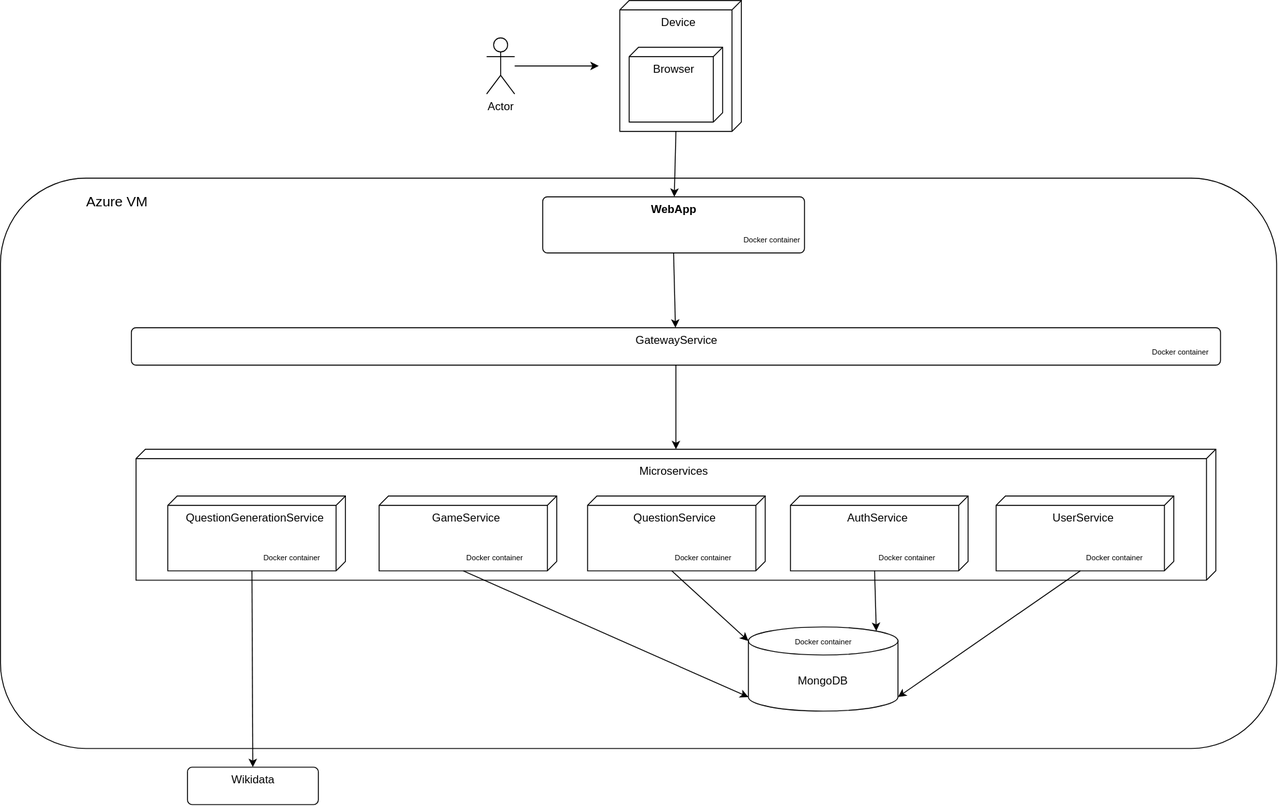
Earlier version of the draw.io export images/deployment_diagram.svg (Arquisoft/wiq_es3b). Source tidied: cells renumbered, new cells last; positions are measured from the earlier drawing's top-left corner, leaving out a move shared by most shapes.
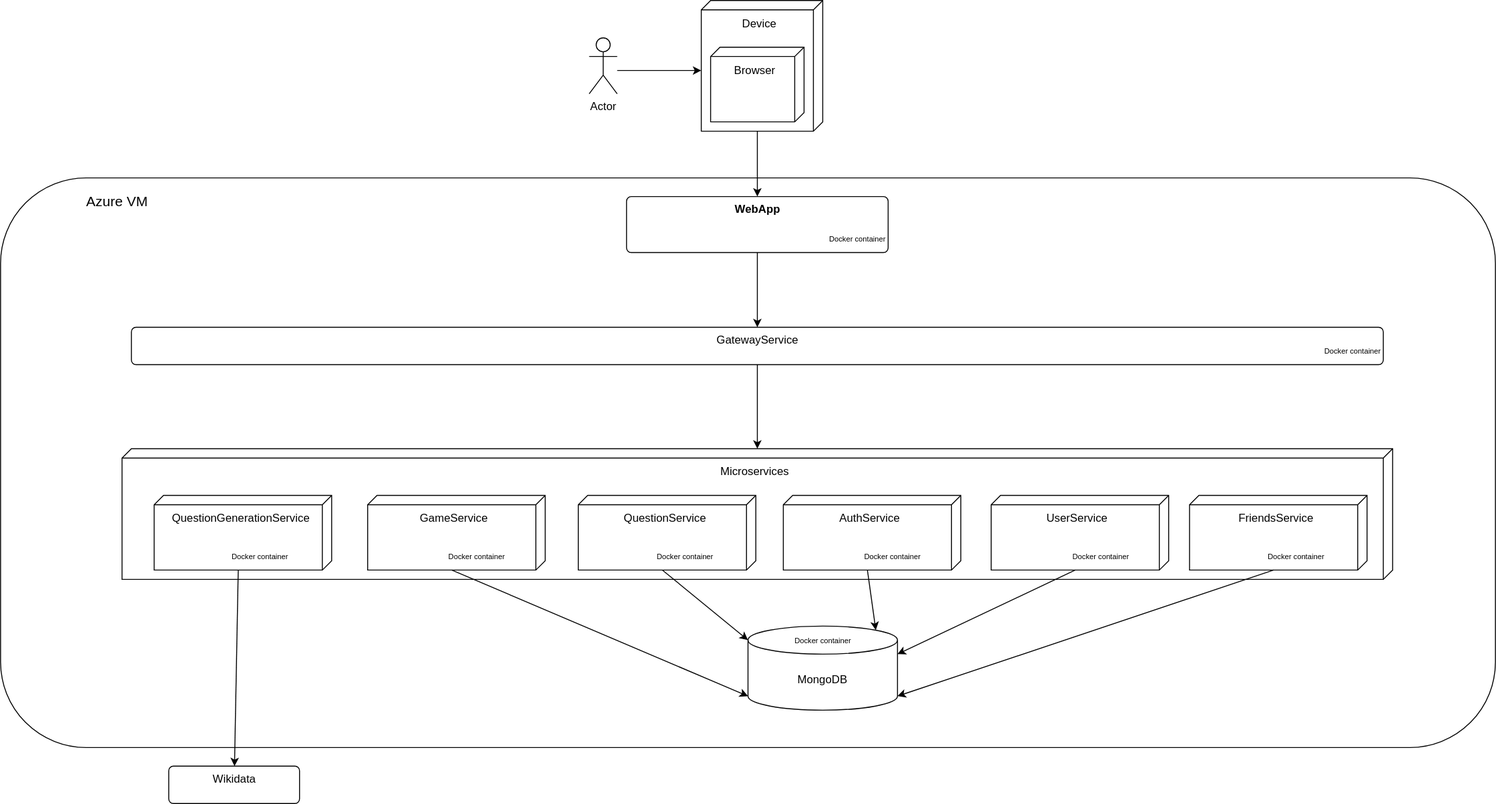
Above is the later version.

Diff of the diagram source:
```diff
@@ -3,21 +3,21 @@
     <mxCell id="0" />
     <mxCell id="1" parent="0" />
     <mxCell id="2" style="rounded=1;whiteSpace=wrap;html=1;" parent="1" vertex="1">
-      <mxGeometry y="190" width="1365" height="610" as="geometry" />
+      <mxGeometry y="190" width="1600" height="610" as="geometry" />
     </mxCell>
-    <mxCell id="3" style="edgeStyle=none;html=1;" parent="1" edge="1" source="4">
+    <mxCell id="3" style="edgeStyle=none;html=1;entryX=0;entryY=0;entryDx=75;entryDy=130;entryPerimeter=0;" parent="1" edge="1" target="6">
       <mxGeometry relative="1" as="geometry">
-        <mxPoint x="640" y="70" as="targetPoint" />
+        <mxPoint x="660" y="75" as="sourcePoint" />
       </mxGeometry>
     </mxCell>
     <mxCell id="4" value="Actor" style="shape=umlActor;verticalLabelPosition=bottom;verticalAlign=top;html=1;" parent="1" vertex="1">
-      <mxGeometry x="520" y="40" width="30" height="60" as="geometry" />
+      <mxGeometry x="630" y="40" width="30" height="60" as="geometry" />
     </mxCell>
     <mxCell id="5" style="edgeStyle=none;html=1;exitX=0;exitY=0;exitDx=140;exitDy=70;exitPerimeter=0;" parent="1" edge="1" source="6" target="9">
       <mxGeometry relative="1" as="geometry" />
     </mxCell>
     <mxCell id="6" value="Device" style="verticalAlign=top;align=center;shape=cube;size=10;direction=south;fontStyle=0;html=1;boundedLbl=1;spacingLeft=5;" parent="1" vertex="1">
-      <mxGeometry x="662.5" width="130" height="140" as="geometry" />
+      <mxGeometry x="750" width="130" height="140" as="geometry" />
     </mxCell>
     <mxCell id="7" value="Browser" style="verticalAlign=top;align=center;shape=cube;size=10;direction=south;html=1;boundedLbl=1;spacingLeft=5;" parent="6" vertex="1">
       <mxGeometry width="100" height="80" relative="1" as="geometry">
@@ -28,89 +28,106 @@
       <mxGeometry relative="1" as="geometry" />
     </mxCell>
     <mxCell id="9" value="&lt;b&gt;WebApp&lt;/b&gt;" style="html=1;align=center;verticalAlign=top;rounded=1;absoluteArcSize=1;arcSize=10;dashed=0;" parent="1" vertex="1">
-      <mxGeometry x="580" y="210" width="280" height="60" as="geometry" />
+      <mxGeometry x="670" y="210" width="280" height="60" as="geometry" />
     </mxCell>
     <mxCell id="10" style="edgeStyle=none;html=1;exitX=0.5;exitY=1;exitDx=0;exitDy=0;" parent="1" edge="1" source="11" target="12">
       <mxGeometry relative="1" as="geometry" />
     </mxCell>
     <mxCell id="11" value="GatewayService" style="html=1;align=center;verticalAlign=top;rounded=1;absoluteArcSize=1;arcSize=10;dashed=0;" parent="1" vertex="1">
-      <mxGeometry x="140" y="350" width="1165" height="40" as="geometry" />
+      <mxGeometry x="140" y="350" width="1340" height="40" as="geometry" />
     </mxCell>
     <mxCell id="12" value="Microservices" style="verticalAlign=top;align=center;shape=cube;size=10;direction=south;fontStyle=0;html=1;boundedLbl=1;spacingLeft=5;" parent="1" vertex="1">
-      <mxGeometry x="145" y="480" width="1155" height="140" as="geometry" />
+      <mxGeometry x="130" y="480" width="1360" height="140" as="geometry" />
     </mxCell>
-    <mxCell id="13" value="QuestionGenerationService" style="verticalAlign=top;align=center;shape=cube;size=10;direction=south;html=1;boundedLbl=1;spacingLeft=5;" parent="12" vertex="1">
-      <mxGeometry width="190" height="80" relative="1" as="geometry">
-        <mxPoint x="34" y="50" as="offset" />
-      </mxGeometry>
-    </mxCell>
+    <mxCell id="34" style="group;" parent="12" vertex="1">
+      <mxGeometry x="930.3" y="50" width="192.1" height="80" as="geometry" />
+    </mxCell>
+    <mxCell id="15" value="UserService" style="verticalAlign=top;align=center;shape=cube;size=10;direction=south;html=1;boundedLbl=1;spacingLeft=5;" parent="34" vertex="1">
+      <mxGeometry width="190" height="80" relative="1" as="geometry" />
+    </mxCell>
+    <mxCell id="20" value="&lt;font style=&quot;font-size: 8px;&quot;&gt;Docker container&lt;/font&gt;" style="text;html=1;strokeColor=none;fillColor=none;align=center;verticalAlign=middle;whiteSpace=wrap;rounded=0;strokeWidth=0;" parent="34" vertex="1">
+      <mxGeometry x="50.6" y="50" width="133.9" height="30" as="geometry" />
+    </mxCell>
+    <mxCell id="35" style="group;" parent="12" vertex="1">
+      <mxGeometry x="707.8" y="50" width="192.1" height="80" as="geometry" />
+    </mxCell>
-    <mxCell id="14" value="AuthService" style="verticalAlign=top;align=center;shape=cube;size=10;direction=south;html=1;boundedLbl=1;spacingLeft=5;" parent="12" vertex="1">
-      <mxGeometry width="190" height="80" relative="1" as="geometry">
-        <mxPoint x="700" y="50" as="offset" />
-      </mxGeometry>
+    <mxCell id="14" value="AuthService" style="verticalAlign=top;align=center;shape=cube;size=10;direction=south;html=1;boundedLbl=1;spacingLeft=5;" parent="35" vertex="1">
+      <mxGeometry width="190" height="80" relative="1" as="geometry" />
     </mxCell>
-    <mxCell id="15" value="UserService" style="verticalAlign=top;align=center;shape=cube;size=10;direction=south;html=1;boundedLbl=1;spacingLeft=5;" parent="12" vertex="1">
-      <mxGeometry width="190" height="80" relative="1" as="geometry">
-        <mxPoint x="920" y="50" as="offset" />
-      </mxGeometry>
-    </mxCell>
-    <mxCell id="16" style="edgeStyle=none;html=1;exitX=0;exitY=0;exitDx=80;exitDy=100;exitPerimeter=0;entryX=0.855;entryY=0;entryDx=0;entryDy=4.35;entryPerimeter=0;" parent="12" edge="1" source="14" target="28">
-      <mxGeometry relative="1" as="geometry" />
-    </mxCell>
-    <mxCell id="17" style="edgeStyle=none;html=1;exitX=0;exitY=0;exitDx=80;exitDy=100;exitPerimeter=0;entryX=1;entryY=1;entryDx=0;entryDy=-15;entryPerimeter=0;" parent="12" edge="1" source="15" target="28">
-      <mxGeometry relative="1" as="geometry" />
-    </mxCell>
-    <mxCell id="18" style="edgeStyle=none;html=1;exitX=0;exitY=0;exitDx=80;exitDy=100;exitPerimeter=0;" parent="12" edge="1" source="13" target="29">
-      <mxGeometry relative="1" as="geometry" />
-    </mxCell>
-    <mxCell id="19" value="&lt;font style=&quot;font-size: 8px;&quot;&gt;Docker container&lt;/font&gt;" style="text;html=1;strokeColor=none;fillColor=none;align=center;verticalAlign=middle;whiteSpace=wrap;rounded=0;strokeWidth=0;" parent="12" vertex="1">
-      <mxGeometry x="768" y="100" width="113.8" height="30" as="geometry" />
+    <mxCell id="19" value="&lt;font style=&quot;font-size: 8px;&quot;&gt;Docker container&lt;/font&gt;" style="text;html=1;strokeColor=none;fillColor=none;align=center;verticalAlign=middle;whiteSpace=wrap;rounded=0;strokeWidth=0;" parent="35" vertex="1">
+      <mxGeometry x="50.6" y="50" width="133.9" height="30" as="geometry" />
     </mxCell>
-    <mxCell id="20" value="&lt;font style=&quot;font-size: 8px;&quot;&gt;Docker container&lt;/font&gt;" style="text;html=1;strokeColor=none;fillColor=none;align=center;verticalAlign=middle;whiteSpace=wrap;rounded=0;strokeWidth=0;" parent="12" vertex="1">
-      <mxGeometry x="990" y="100" width="113.8" height="30" as="geometry" />
-    </mxCell>
-    <mxCell id="21" style="edgeStyle=none;html=1;exitX=0;exitY=0;exitDx=80;exitDy=100;exitPerimeter=0;entryX=0;entryY=0;entryDx=0;entryDy=15;entryPerimeter=0;" parent="12" edge="1" source="23" target="28">
-      <mxGeometry relative="1" as="geometry" />
-    </mxCell>
-    <mxCell id="22" style="edgeStyle=none;html=1;exitX=0;exitY=0;exitDx=80;exitDy=100;exitPerimeter=0;entryX=0;entryY=1;entryDx=0;entryDy=-15;entryPerimeter=0;" parent="12" edge="1" source="25" target="28">
-      <mxGeometry relative="1" as="geometry" />
-    </mxCell>
+    <mxCell id="36" style="group;" parent="12" vertex="1">
+      <mxGeometry x="488.4" y="50" width="192.1" height="80" as="geometry" />
+    </mxCell>
-    <mxCell id="23" value="QuestionService" style="verticalAlign=top;align=center;shape=cube;size=10;direction=south;html=1;boundedLbl=1;spacingLeft=5;" parent="12" vertex="1">
-      <mxGeometry width="190" height="80" relative="1" as="geometry">
-        <mxPoint x="483" y="50" as="offset" />
-      </mxGeometry>
+    <mxCell id="23" value="QuestionService" style="verticalAlign=top;align=center;shape=cube;size=10;direction=south;html=1;boundedLbl=1;spacingLeft=5;" parent="36" vertex="1">
+      <mxGeometry width="190" height="80" relative="1" as="geometry" />
     </mxCell>
-    <mxCell id="24" value="&lt;font style=&quot;font-size: 8px;&quot;&gt;Docker container&lt;/font&gt;" style="text;html=1;strokeColor=none;fillColor=none;align=center;verticalAlign=middle;whiteSpace=wrap;rounded=0;strokeWidth=0;" parent="12" vertex="1">
-      <mxGeometry x="550" y="100" width="113.8" height="30" as="geometry" />
+    <mxCell id="24" value="&lt;font style=&quot;font-size: 8px;&quot;&gt;Docker container&lt;/font&gt;" style="text;html=1;strokeColor=none;fillColor=none;align=center;verticalAlign=middle;whiteSpace=wrap;rounded=0;strokeWidth=0;" parent="36" vertex="1">
+      <mxGeometry x="47.5" y="50" width="133.9" height="30" as="geometry" />
     </mxCell>
+    <mxCell id="37" style="group;" parent="12" vertex="1">
+      <mxGeometry x="262.9" y="50" width="192.1" height="80" as="geometry" />
+    </mxCell>
-    <mxCell id="25" value="GameService" style="verticalAlign=top;align=center;shape=cube;size=10;direction=south;html=1;boundedLbl=1;spacingLeft=5;" parent="12" vertex="1">
-      <mxGeometry width="190" height="80" relative="1" as="geometry">
-        <mxPoint x="260" y="50" as="offset" />
-      </mxGeometry>
+    <mxCell id="25" value="GameService" style="verticalAlign=top;align=center;shape=cube;size=10;direction=south;html=1;boundedLbl=1;spacingLeft=5;" parent="37" vertex="1">
+      <mxGeometry width="190" height="80" relative="1" as="geometry" />
     </mxCell>
-    <mxCell id="26" value="&lt;font style=&quot;font-size: 8px;&quot;&gt;Docker container&lt;/font&gt;" style="text;html=1;strokeColor=none;fillColor=none;align=center;verticalAlign=middle;whiteSpace=wrap;rounded=0;strokeWidth=0;" parent="12" vertex="1">
-      <mxGeometry x="327.5" y="100" width="113.8" height="30" as="geometry" />
+    <mxCell id="26" value="&lt;font style=&quot;font-size: 8px;&quot;&gt;Docker container&lt;/font&gt;" style="text;html=1;strokeColor=none;fillColor=none;align=center;verticalAlign=middle;whiteSpace=wrap;rounded=0;strokeWidth=0;" parent="37" vertex="1">
+      <mxGeometry x="50.6" y="50" width="133.9" height="30" as="geometry" />
     </mxCell>
+    <mxCell id="38" style="group;" parent="12" vertex="1">
+      <mxGeometry x="34.4" y="50" width="192.1" height="80" as="geometry" />
+    </mxCell>
+    <mxCell id="13" value="QuestionGenerationService" style="verticalAlign=top;align=center;shape=cube;size=10;direction=south;html=1;boundedLbl=1;spacingLeft=5;" parent="38" vertex="1">
+      <mxGeometry width="190" height="80" relative="1" as="geometry" />
+    </mxCell>
-    <mxCell id="27" value="&lt;font style=&quot;font-size: 8px;&quot;&gt;Docker container&lt;/font&gt;" style="text;html=1;strokeColor=none;fillColor=none;align=center;verticalAlign=middle;whiteSpace=wrap;rounded=0;strokeWidth=0;" parent="12" vertex="1">
-      <mxGeometry x="110" y="100" width="113.8" height="30" as="geometry" />
+    <mxCell id="27" value="&lt;font style=&quot;font-size: 8px;&quot;&gt;Docker container&lt;/font&gt;" style="text;html=1;strokeColor=none;fillColor=none;align=center;verticalAlign=middle;whiteSpace=wrap;rounded=0;strokeWidth=0;" parent="38" vertex="1">
+      <mxGeometry x="46.5" y="50" width="133.9" height="30" as="geometry" />
     </mxCell>
+    <mxCell id="39" style="group;" parent="12" vertex="1">
+      <mxGeometry x="1142.6" y="50" width="192.1" height="80" as="geometry" />
+    </mxCell>
+    <mxCell id="40" value="FriendsService" style="verticalAlign=top;align=center;shape=cube;size=10;direction=south;html=1;boundedLbl=1;spacingLeft=5;" parent="39" vertex="1">
+      <mxGeometry width="190" height="80" relative="1" as="geometry" />
+    </mxCell>
+    <mxCell id="41" value="&lt;font style=&quot;font-size: 8px;&quot;&gt;Docker container&lt;/font&gt;" style="text;html=1;strokeColor=none;fillColor=none;align=center;verticalAlign=middle;whiteSpace=wrap;rounded=0;strokeWidth=0;" parent="39" vertex="1">
+      <mxGeometry x="47.4" y="50" width="133.9" height="30" as="geometry" />
+    </mxCell>
     <mxCell id="28" value="MongoDB" style="shape=cylinder3;whiteSpace=wrap;html=1;boundedLbl=1;backgroundOutline=1;size=15;" parent="1" vertex="1">
       <mxGeometry x="800" y="670" width="160" height="90" as="geometry" />
     </mxCell>
     <mxCell id="29" value="Wikidata" style="html=1;align=center;verticalAlign=top;rounded=1;absoluteArcSize=1;arcSize=10;dashed=0;" parent="1" vertex="1">
-      <mxGeometry x="200" y="820" width="140" height="40" as="geometry" />
+      <mxGeometry x="180" y="820" width="140" height="40" as="geometry" />
     </mxCell>
     <mxCell id="30" value="&lt;font style=&quot;font-size: 15px;&quot;&gt;Azure VM&lt;/font&gt;" style="text;html=1;strokeColor=none;fillColor=none;align=center;verticalAlign=middle;whiteSpace=wrap;rounded=0;" parent="1" vertex="1">
       <mxGeometry x="85" y="200" width="80" height="30" as="geometry" />
     </mxCell>
     <mxCell id="31" value="&lt;font style=&quot;font-size: 8px;&quot;&gt;Docker container&lt;/font&gt;" style="text;html=1;strokeColor=none;fillColor=none;align=center;verticalAlign=middle;whiteSpace=wrap;rounded=0;strokeWidth=0;" parent="1" vertex="1">
-      <mxGeometry x="792.5" y="240" width="65" height="30" as="geometry" />
+      <mxGeometry x="885" y="240" width="65" height="30" as="geometry" />
     </mxCell>
     <mxCell id="32" value="&lt;font style=&quot;font-size: 8px;&quot;&gt;Docker container&lt;/font&gt;" style="text;html=1;strokeColor=none;fillColor=none;align=center;verticalAlign=middle;whiteSpace=wrap;rounded=0;strokeWidth=0;" parent="1" vertex="1">
-      <mxGeometry x="1230" y="360" width="65" height="30" as="geometry" />
+      <mxGeometry x="1415" y="360" width="65" height="30" as="geometry" />
     </mxCell>
     <mxCell id="33" value="&lt;font style=&quot;font-size: 8px;&quot;&gt;Docker container&lt;/font&gt;" style="text;html=1;strokeColor=none;fillColor=none;align=center;verticalAlign=middle;whiteSpace=wrap;rounded=0;strokeWidth=0;" parent="1" vertex="1">
       <mxGeometry x="847.5" y="670" width="65" height="30" as="geometry" />
     </mxCell>
+    <mxCell id="17" style="edgeStyle=none;html=1;exitX=0;exitY=0;exitDx=80;exitDy=100;exitPerimeter=0;entryX=1;entryY=0;entryDx=0;entryDy=30;entryPerimeter=0;" parent="1" edge="1" source="15" target="28">
+      <mxGeometry relative="1" as="geometry" />
+    </mxCell>
+    <mxCell id="16" style="edgeStyle=none;html=1;exitX=0;exitY=0;exitDx=80;exitDy=100;exitPerimeter=0;entryX=0.855;entryY=0;entryDx=0;entryDy=4.35;entryPerimeter=0;" parent="1" edge="1" source="14" target="28">
+      <mxGeometry relative="1" as="geometry" />
+    </mxCell>
+    <mxCell id="21" style="edgeStyle=none;html=1;exitX=0;exitY=0;exitDx=80;exitDy=100;exitPerimeter=0;entryX=0;entryY=0;entryDx=0;entryDy=15;entryPerimeter=0;" parent="1" edge="1" source="23" target="28">
+      <mxGeometry relative="1" as="geometry" />
+    </mxCell>
+    <mxCell id="22" style="edgeStyle=none;html=1;exitX=0;exitY=0;exitDx=80;exitDy=100;exitPerimeter=0;entryX=0;entryY=1;entryDx=0;entryDy=-15;entryPerimeter=0;" parent="1" edge="1" source="25" target="28">
+      <mxGeometry relative="1" as="geometry" />
+    </mxCell>
+    <mxCell id="18" style="edgeStyle=none;html=1;exitX=0;exitY=0;exitDx=80;exitDy=100;exitPerimeter=0;" parent="1" edge="1" source="13" target="29">
+      <mxGeometry relative="1" as="geometry" />
+    </mxCell>
+    <mxCell id="42" style="edgeStyle=none;html=1;exitX=0;exitY=0;exitDx=80;exitDy=100;exitPerimeter=0;entryX=1;entryY=1;entryDx=0;entryDy=-15;entryPerimeter=0;" parent="1" edge="1" source="40" target="28">
+      <mxGeometry relative="1" as="geometry" />
+    </mxCell>
   </root>
 </mxGraphModel>
```
